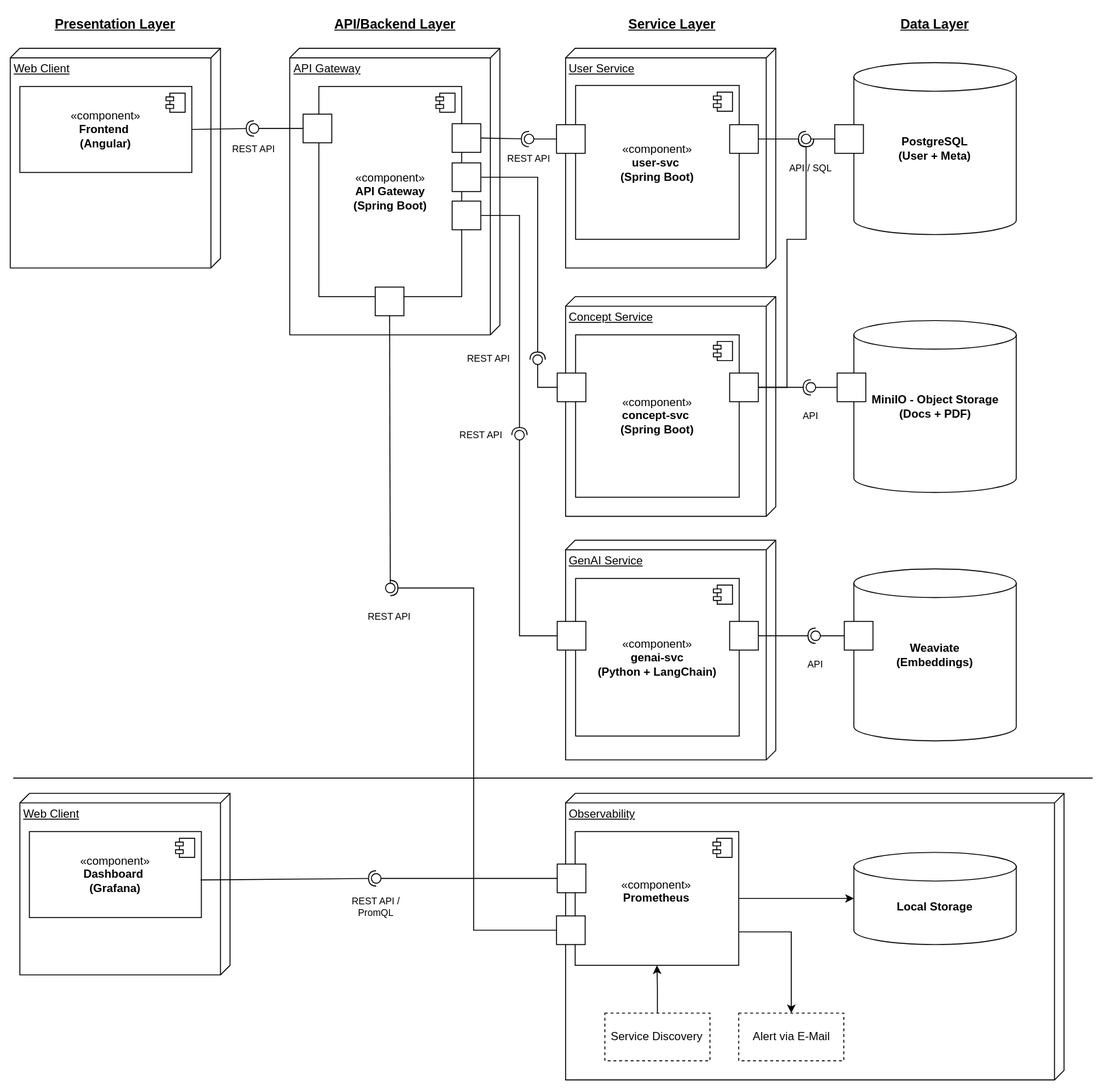
The draw.io diagram uml/AI_Event_Concepter_UML_Component_Diagram.drawio.svg in AET-DevOps25/team-git-push-force, before a commit. Source tidied: cells renumbered, new cells last; positions are measured from the earlier drawing's top-left corner, leaving out a move shared by most shapes.
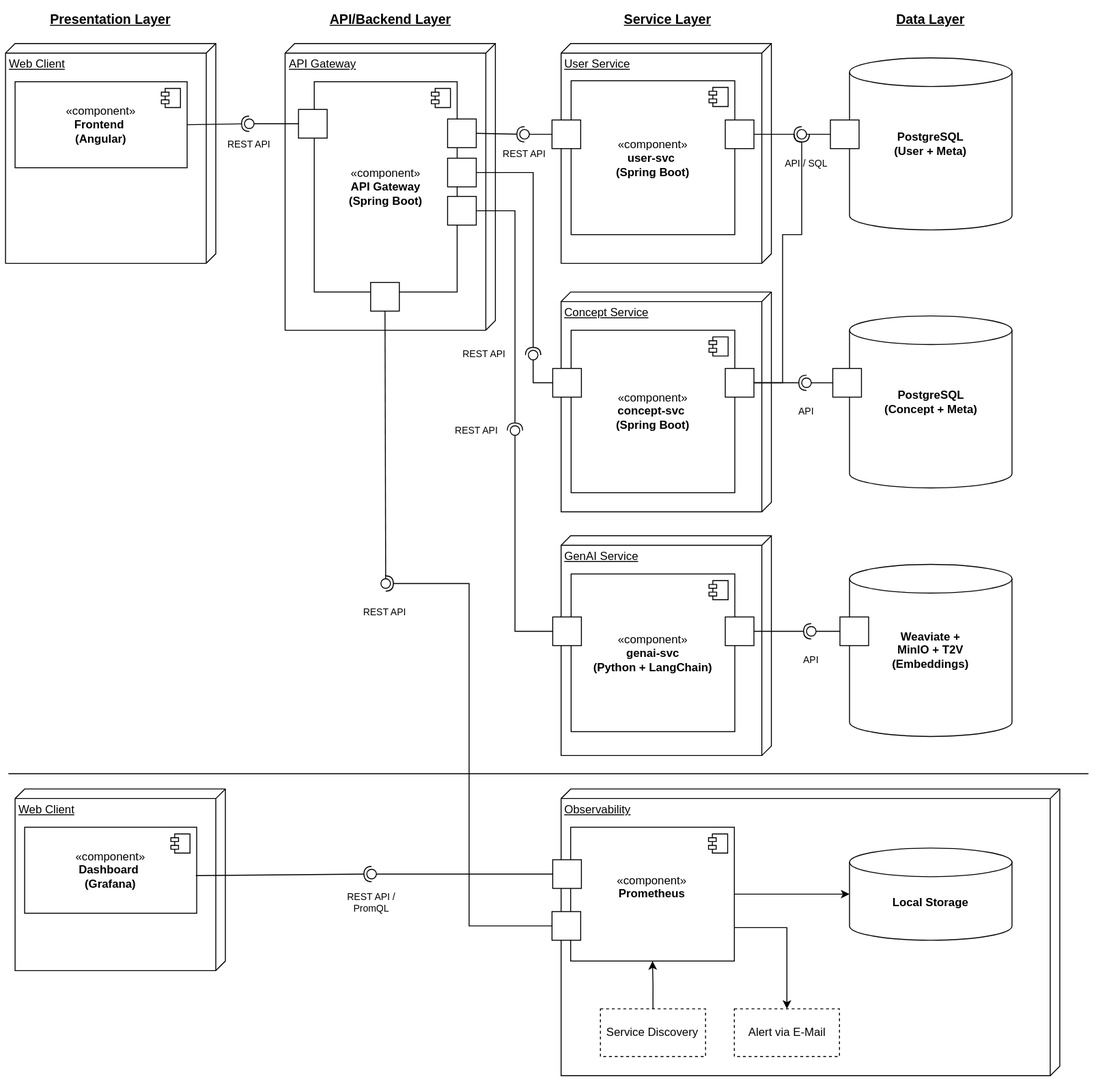
After the commit.

The edit, as a diff of the source:
```diff
@@ -148,7 +148,7 @@
     <mxCell id="45" style="shape=cylinder3;whiteSpace=wrap;html=1;boundedLbl=1;backgroundOutline=1;size=15;" parent="44" vertex="1">
       <mxGeometry width="170" height="180" as="geometry" />
     </mxCell>
-    <mxCell id="46" value="&lt;b&gt;MiniIO - Object Storage&lt;/b&gt;&lt;div&gt;&lt;b&gt;(Docs + PDF)&lt;/b&gt;&lt;/div&gt;" style="text;html=1;align=center;verticalAlign=middle;whiteSpace=wrap;rounded=0;" parent="44" vertex="1">
+    <mxCell id="46" value="&lt;b&gt;PostgreSQL&lt;br&gt;(Concept + Meta)&lt;/b&gt;" style="text;html=1;align=center;verticalAlign=middle;whiteSpace=wrap;rounded=0;" parent="44" vertex="1">
       <mxGeometry x="12.5" y="75" width="145" height="30" as="geometry" />
     </mxCell>
     <mxCell id="47" style="html=1;rounded=0;" parent="44" vertex="1">
@@ -160,7 +160,7 @@
     <mxCell id="49" style="shape=cylinder3;whiteSpace=wrap;html=1;boundedLbl=1;backgroundOutline=1;size=15;" parent="48" vertex="1">
       <mxGeometry width="170" height="180" as="geometry" />
     </mxCell>
-    <mxCell id="50" value="&lt;b&gt;Weaviate&lt;/b&gt;&lt;div&gt;&lt;b&gt;(Embeddings)&lt;/b&gt;&lt;/div&gt;" style="text;html=1;align=center;verticalAlign=middle;whiteSpace=wrap;rounded=0;" parent="48" vertex="1">
+    <mxCell id="50" value="&lt;b&gt;Weaviate + MinIO + T2V&lt;/b&gt;&lt;div&gt;&lt;b&gt;(Embeddings)&lt;/b&gt;&lt;/div&gt;" style="text;html=1;align=center;verticalAlign=middle;whiteSpace=wrap;rounded=0;" parent="48" vertex="1">
       <mxGeometry x="45" y="75" width="80" height="30" as="geometry" />
     </mxCell>
     <mxCell id="51" style="html=1;rounded=0;" parent="1" vertex="1">
```
